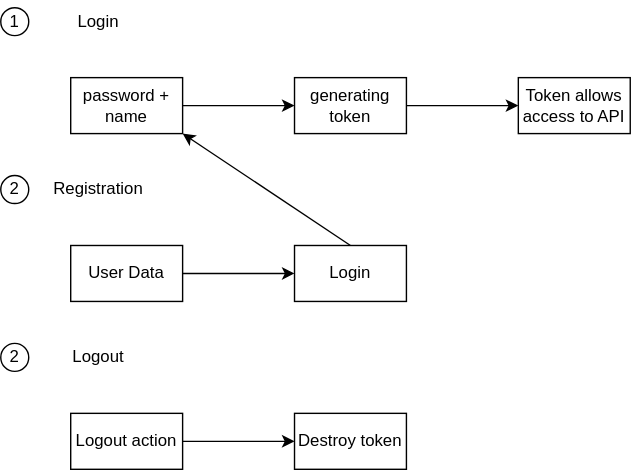
Earlier version of the draw.io export readme_images/Token Handling.drawio.svg (neuropython/IMBd_REST_API_clone). Source tidied: cells renumbered, new cells last; positions are measured from the earlier drawing's top-left corner, leaving out a move shared by most shapes.
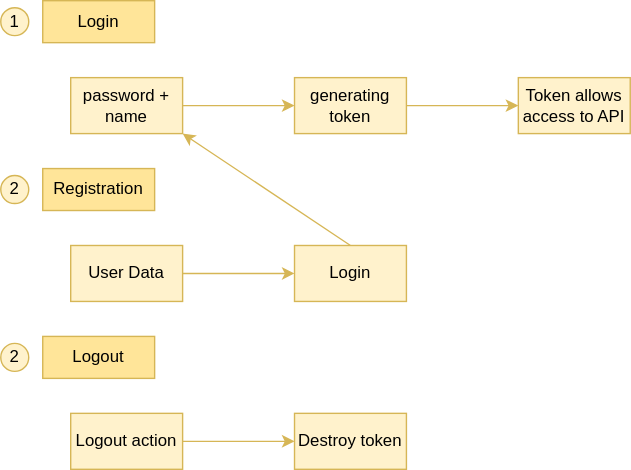
The same diagram one commit later.

The edit, as a diff of the source:
```diff
@@ -2,58 +2,58 @@
   <root>
     <mxCell id="0" />
     <mxCell id="1" parent="0" />
-    <mxCell id="2" value="1" style="ellipse;whiteSpace=wrap;html=1;" parent="1" vertex="1">
+    <mxCell id="2" value="1" style="ellipse;whiteSpace=wrap;html=1;fillColor=#fff2cc;strokeColor=#d6b656;" parent="1" vertex="1">
       <mxGeometry y="5" width="20" height="20" as="geometry" />
     </mxCell>
-    <mxCell id="3" value="2" style="ellipse;whiteSpace=wrap;html=1;" parent="1" vertex="1">
+    <mxCell id="3" value="2" style="ellipse;whiteSpace=wrap;html=1;fillColor=#fff2cc;strokeColor=#d6b656;" parent="1" vertex="1">
       <mxGeometry y="125" width="20" height="20" as="geometry" />
     </mxCell>
-    <mxCell id="4" value="2" style="ellipse;whiteSpace=wrap;html=1;" parent="1" vertex="1">
+    <mxCell id="4" value="2" style="ellipse;whiteSpace=wrap;html=1;fillColor=#fff2cc;strokeColor=#d6b656;" parent="1" vertex="1">
       <mxGeometry y="245" width="20" height="20" as="geometry" />
     </mxCell>
-    <mxCell id="5" value="Login" style="text;html=1;strokeColor=none;fillColor=none;align=center;verticalAlign=middle;whiteSpace=wrap;rounded=0;" parent="1" vertex="1">
+    <mxCell id="5" value="Login" style="text;html=1;strokeColor=#d6b656;fillColor=#FFE599;align=center;verticalAlign=middle;whiteSpace=wrap;rounded=0;fillStyle=auto;" parent="1" vertex="1">
       <mxGeometry x="30" width="80" height="30" as="geometry" />
     </mxCell>
-    <mxCell id="6" value="Registration" style="text;html=1;strokeColor=none;fillColor=none;align=center;verticalAlign=middle;whiteSpace=wrap;rounded=0;" parent="1" vertex="1">
+    <mxCell id="6" value="Registration" style="text;html=1;strokeColor=#d6b656;fillColor=#FFE599;align=center;verticalAlign=middle;whiteSpace=wrap;rounded=0;fillStyle=auto;" parent="1" vertex="1">
       <mxGeometry x="30" y="120" width="80" height="30" as="geometry" />
     </mxCell>
-    <mxCell id="7" value="Logout" style="text;html=1;strokeColor=none;fillColor=none;align=center;verticalAlign=middle;whiteSpace=wrap;rounded=0;" parent="1" vertex="1">
+    <mxCell id="7" value="Logout" style="text;html=1;strokeColor=#d6b656;fillColor=#FFE599;align=center;verticalAlign=middle;whiteSpace=wrap;rounded=0;fillStyle=auto;" parent="1" vertex="1">
       <mxGeometry x="30" y="240" width="80" height="30" as="geometry" />
     </mxCell>
-    <mxCell id="8" style="edgeStyle=orthogonalEdgeStyle;rounded=0;jettySize=auto;html=1;" parent="1" edge="1" source="9" target="11">
+    <mxCell id="8" style="edgeStyle=orthogonalEdgeStyle;rounded=0;jettySize=auto;html=1;fillColor=#fff2cc;strokeColor=#d6b656;" parent="1" edge="1" source="9" target="11">
       <mxGeometry relative="1" as="geometry" />
     </mxCell>
-    <mxCell id="9" value="password + name" style="rounded=0;whiteSpace=wrap;html=1;" parent="1" vertex="1">
+    <mxCell id="9" value="password + name" style="rounded=0;whiteSpace=wrap;html=1;fillColor=#fff2cc;strokeColor=#d6b656;" parent="1" vertex="1">
       <mxGeometry x="50" y="55" width="80" height="40" as="geometry" />
     </mxCell>
-    <mxCell id="10" style="edgeStyle=orthogonalEdgeStyle;rounded=0;jettySize=auto;html=1;" parent="1" edge="1" source="11" target="12">
+    <mxCell id="10" style="edgeStyle=orthogonalEdgeStyle;rounded=0;jettySize=auto;html=1;fillColor=#fff2cc;strokeColor=#d6b656;" parent="1" edge="1" source="11" target="12">
       <mxGeometry relative="1" as="geometry" />
     </mxCell>
-    <mxCell id="11" value="generating token" style="rounded=0;whiteSpace=wrap;html=1;" parent="1" vertex="1">
+    <mxCell id="11" value="generating token" style="rounded=0;whiteSpace=wrap;html=1;fillColor=#fff2cc;strokeColor=#d6b656;" parent="1" vertex="1">
       <mxGeometry x="210" y="55" width="80" height="40" as="geometry" />
     </mxCell>
-    <mxCell id="12" value="Token allows access to API" style="rounded=0;whiteSpace=wrap;html=1;" parent="1" vertex="1">
+    <mxCell id="12" value="Token allows access to API" style="rounded=0;whiteSpace=wrap;html=1;fillColor=#fff2cc;strokeColor=#d6b656;" parent="1" vertex="1">
       <mxGeometry x="370" y="55" width="80" height="40" as="geometry" />
     </mxCell>
-    <mxCell id="13" style="edgeStyle=orthogonalEdgeStyle;rounded=0;jettySize=auto;html=1;" parent="1" edge="1" source="14" target="16">
+    <mxCell id="13" style="edgeStyle=orthogonalEdgeStyle;rounded=0;jettySize=auto;html=1;fillColor=#fff2cc;strokeColor=#d6b656;" parent="1" edge="1" source="14" target="16">
       <mxGeometry relative="1" as="geometry" />
     </mxCell>
-    <mxCell id="14" value="User Data" style="rounded=0;whiteSpace=wrap;html=1;" parent="1" vertex="1">
+    <mxCell id="14" value="User Data" style="rounded=0;whiteSpace=wrap;html=1;fillColor=#fff2cc;strokeColor=#d6b656;" parent="1" vertex="1">
       <mxGeometry x="50" y="175" width="80" height="40" as="geometry" />
     </mxCell>
-    <mxCell id="15" style="rounded=0;jettySize=auto;html=1;entryX=1;entryY=1;entryDx=0;entryDy=0;exitX=0.5;exitY=0;exitDx=0;exitDy=0;" parent="1" edge="1" source="16" target="9">
+    <mxCell id="15" style="rounded=0;jettySize=auto;html=1;entryX=1;entryY=1;entryDx=0;entryDy=0;exitX=0.5;exitY=0;exitDx=0;exitDy=0;fillColor=#fff2cc;strokeColor=#d6b656;" parent="1" edge="1" source="16" target="9">
       <mxGeometry relative="1" as="geometry" />
     </mxCell>
-    <mxCell id="16" value="Login" style="rounded=0;whiteSpace=wrap;html=1;" parent="1" vertex="1">
+    <mxCell id="16" value="Login" style="rounded=0;whiteSpace=wrap;html=1;fillColor=#fff2cc;strokeColor=#d6b656;" parent="1" vertex="1">
       <mxGeometry x="210" y="175" width="80" height="40" as="geometry" />
     </mxCell>
-    <mxCell id="17" style="edgeStyle=orthogonalEdgeStyle;rounded=0;jettySize=auto;html=1;" parent="1" edge="1" source="18" target="19">
+    <mxCell id="17" style="edgeStyle=orthogonalEdgeStyle;rounded=0;jettySize=auto;html=1;fillColor=#fff2cc;strokeColor=#d6b656;" parent="1" edge="1" source="18" target="19">
       <mxGeometry relative="1" as="geometry" />
     </mxCell>
-    <mxCell id="18" value="Logout action" style="rounded=0;whiteSpace=wrap;html=1;" parent="1" vertex="1">
+    <mxCell id="18" value="Logout action" style="rounded=0;whiteSpace=wrap;html=1;fillColor=#fff2cc;strokeColor=#d6b656;" parent="1" vertex="1">
       <mxGeometry x="50" y="295" width="80" height="40" as="geometry" />
     </mxCell>
-    <mxCell id="19" value="Destroy token" style="rounded=0;whiteSpace=wrap;html=1;" parent="1" vertex="1">
+    <mxCell id="19" value="Destroy token" style="rounded=0;whiteSpace=wrap;html=1;fillColor=#fff2cc;strokeColor=#d6b656;" parent="1" vertex="1">
       <mxGeometry x="210" y="295" width="80" height="40" as="geometry" />
     </mxCell>
   </root>
```
